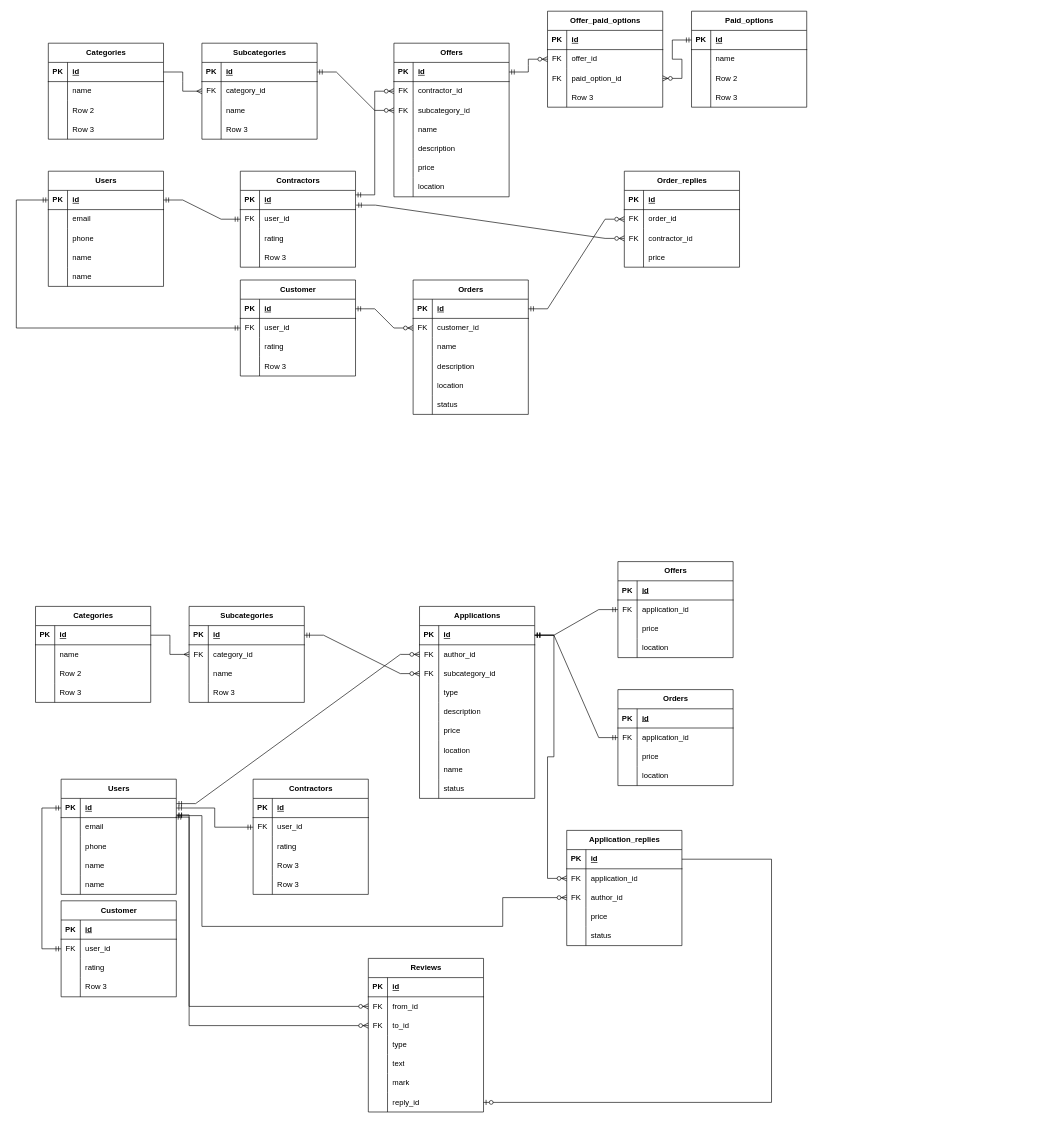
The draw.io diagram Untitled Diagram.drawio in ki1it/draw_io, before the edit. Source tidied: cells renumbered, new cells numbered last; positions are measured from the earlier drawing's top-left corner, leaving out a move shared by most shapes. Both pictures are drawn from the tidied source at 64%, with x=0, y=0 at pixel (16, 11).
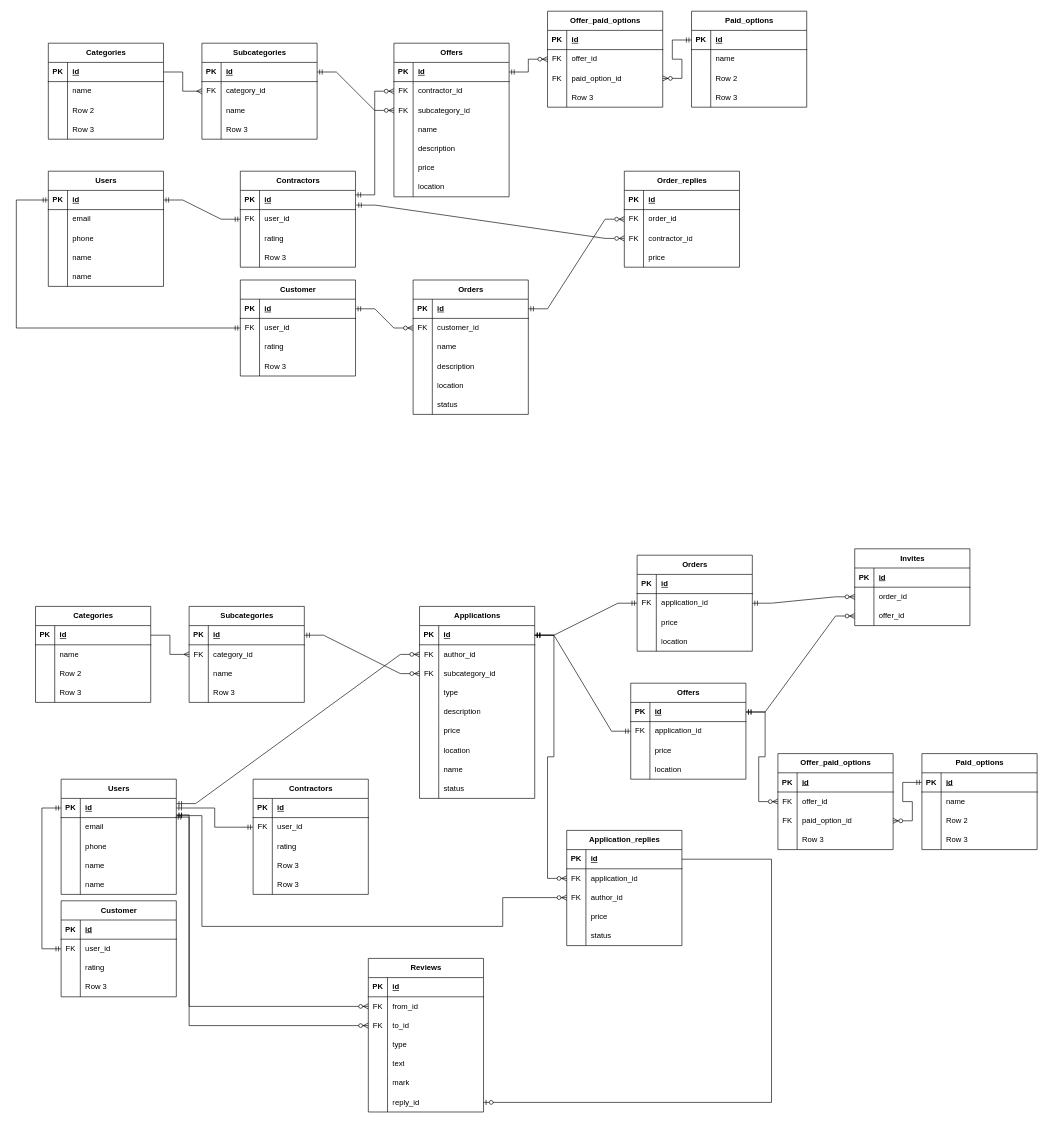
After the change.

Unchanged cells that the change refers to:
```xml
<mxCell id="264" style="shape=tableRow;horizontal=0;startSize=0;swimlaneHead=0;swimlaneBody=0;fillColor=none;points=[[0,0.5],[1,0.5]];portConstraint=eastwest;top=0;left=0;right=0;bottom=1;" parent="263" vertex="1">
  <mxGeometry y="30" width="180" height="30" as="geometry" />
</mxCell>
<mxCell id="281" style="shape=tableRow;horizontal=0;startSize=0;swimlaneHead=0;swimlaneBody=0;fillColor=none;points=[[0,0.5],[1,0.5]];portConstraint=eastwest;top=0;left=0;right=0;bottom=0;" parent="277" vertex="1">
  <mxGeometry y="60" width="180" height="30" as="geometry" />
</mxCell>
```

The edit, as a diff of the source:
```diff
@@
     <mxCell id="263" value="Offers" style="shape=table;startSize=30;childLayout=tableLayout;rowLines=0;fontStyle=1;align=center;html=1;" parent="1" vertex="1">
-      <mxGeometry x="940" y="860" width="180" height="150" as="geometry" />
+      <mxGeometry x="960" y="1050" width="180" height="150" as="geometry" />
     </mxCell>
@@
     <mxCell id="277" value="Orders" style="shape=table;startSize=30;childLayout=tableLayout;rowLines=0;fontStyle=1;align=center;html=1;" parent="1" vertex="1">
-      <mxGeometry x="940" y="1060" width="180" height="150" as="geometry" />
+      <mxGeometry x="970" y="850" width="180" height="150" as="geometry" />
     </mxCell>
@@
+    <mxCell id="335" value="Invites" style="shape=table;startSize=30;childLayout=tableLayout;rowLines=0;fontStyle=1;align=center;html=1;" parent="1" vertex="1">
+      <mxGeometry x="1310" y="840" width="180" height="120" as="geometry" />
+    </mxCell>
+    <mxCell id="336" style="shape=tableRow;horizontal=0;startSize=0;swimlaneHead=0;swimlaneBody=0;fillColor=none;top=0;left=0;right=0;bottom=1;" parent="335" vertex="1">
+      <mxGeometry y="30" width="180" height="30" as="geometry" />
+    </mxCell>
+    <mxCell id="337" value="PK" style="shape=partialRectangle;fillColor=none;top=0;left=0;bottom=0;right=0;fontStyle=1;overflow=hidden;whiteSpace=wrap;html=1;" parent="336" vertex="1">
+      <mxGeometry width="30" height="30" as="geometry" />
+    </mxCell>
+    <mxCell id="338" value="id" style="shape=partialRectangle;fillColor=none;top=0;left=0;bottom=0;right=0;align=left;spacingLeft=6;fontStyle=5;overflow=hidden;whiteSpace=wrap;html=1;" parent="336" vertex="1">
+      <mxGeometry x="30" width="150" height="30" as="geometry" />
+    </mxCell>
+    <mxCell id="339" style="shape=tableRow;horizontal=0;startSize=0;swimlaneHead=0;swimlaneBody=0;fillColor=none;points=[[0,0.5],[1,0.5]];portConstraint=eastwest;top=0;left=0;right=0;bottom=0;" parent="335" vertex="1">
+      <mxGeometry y="60" width="180" height="30" as="geometry" />
+    </mxCell>
+    <mxCell id="340" style="shape=partialRectangle;fillColor=none;top=0;left=0;bottom=0;right=0;overflow=hidden;whiteSpace=wrap;html=1;" parent="339" vertex="1">
+      <mxGeometry width="30" height="30" as="geometry" />
+    </mxCell>
+    <mxCell id="341" value="order_id" style="shape=partialRectangle;fillColor=none;top=0;left=0;bottom=0;right=0;align=left;spacingLeft=6;overflow=hidden;whiteSpace=wrap;html=1;" parent="339" vertex="1">
+      <mxGeometry x="30" width="150" height="30" as="geometry" />
+    </mxCell>
+    <mxCell id="342" style="shape=tableRow;horizontal=0;startSize=0;swimlaneHead=0;swimlaneBody=0;fillColor=none;points=[[0,0.5],[1,0.5]];portConstraint=eastwest;top=0;left=0;right=0;bottom=0;" parent="335" vertex="1">
+      <mxGeometry y="90" width="180" height="30" as="geometry" />
+    </mxCell>
+    <mxCell id="343" style="shape=partialRectangle;fillColor=none;top=0;left=0;bottom=0;right=0;overflow=hidden;whiteSpace=wrap;html=1;" parent="342" vertex="1">
+      <mxGeometry width="30" height="30" as="geometry" />
+    </mxCell>
+    <mxCell id="344" value="offer_id" style="shape=partialRectangle;fillColor=none;top=0;left=0;bottom=0;right=0;align=left;spacingLeft=6;overflow=hidden;whiteSpace=wrap;html=1;" parent="342" vertex="1">
+      <mxGeometry x="30" width="150" height="30" as="geometry" />
+    </mxCell>
+    <mxCell id="345" style="edgeStyle=entityRelationEdgeStyle;fontSize=12;html=1;endArrow=ERzeroToMany;startArrow=ERmandOne;rounded=0;exitX=1;exitY=0.5;exitDx=0;exitDy=0;entryX=0;entryY=0.5;entryDx=0;entryDy=0;" parent="1" edge="1" source="264" target="342">
+      <mxGeometry relative="1" as="geometry" />
+    </mxCell>
+    <mxCell id="346" style="edgeStyle=entityRelationEdgeStyle;fontSize=12;html=1;endArrow=ERzeroToMany;startArrow=ERmandOne;rounded=0;exitX=1;exitY=0.5;exitDx=0;exitDy=0;entryX=0;entryY=0.5;entryDx=0;entryDy=0;" parent="1" edge="1" source="281" target="339">
+      <mxGeometry relative="1" as="geometry" />
+    </mxCell>
+    <mxCell id="347" value="Paid_options" style="shape=table;startSize=30;childLayout=tableLayout;rowLines=0;fontStyle=1;align=center;html=1;" parent="1" vertex="1">
+      <mxGeometry x="1415" y="1160" width="180" height="150" as="geometry" />
+    </mxCell>
+    <mxCell id="348" style="shape=tableRow;horizontal=0;startSize=0;swimlaneHead=0;swimlaneBody=0;fillColor=none;points=[[0,0.5],[1,0.5]];portConstraint=eastwest;top=0;left=0;right=0;bottom=1;" parent="347" vertex="1">
+      <mxGeometry y="30" width="180" height="30" as="geometry" />
+    </mxCell>
+    <mxCell id="349" value="PK" style="shape=partialRectangle;fillColor=none;top=0;left=0;bottom=0;right=0;fontStyle=1;overflow=hidden;whiteSpace=wrap;html=1;" parent="348" vertex="1">
+      <mxGeometry width="30" height="30" as="geometry" />
+    </mxCell>
+    <mxCell id="350" value="id" style="shape=partialRectangle;fillColor=none;top=0;left=0;bottom=0;right=0;align=left;spacingLeft=6;fontStyle=5;overflow=hidden;whiteSpace=wrap;html=1;" parent="348" vertex="1">
+      <mxGeometry x="30" width="150" height="30" as="geometry" />
+    </mxCell>
+    <mxCell id="351" style="shape=tableRow;horizontal=0;startSize=0;swimlaneHead=0;swimlaneBody=0;fillColor=none;top=0;left=0;right=0;bottom=0;" parent="347" vertex="1">
+      <mxGeometry y="60" width="180" height="30" as="geometry" />
+    </mxCell>
+    <mxCell id="352" style="shape=partialRectangle;fillColor=none;top=0;left=0;bottom=0;right=0;overflow=hidden;whiteSpace=wrap;html=1;" parent="351" vertex="1">
+      <mxGeometry width="30" height="30" as="geometry" />
+    </mxCell>
+    <mxCell id="353" value="name" style="shape=partialRectangle;fillColor=none;top=0;left=0;bottom=0;right=0;align=left;spacingLeft=6;overflow=hidden;whiteSpace=wrap;html=1;" parent="351" vertex="1">
+      <mxGeometry x="30" width="150" height="30" as="geometry" />
+    </mxCell>
+    <mxCell id="354" style="shape=tableRow;horizontal=0;startSize=0;swimlaneHead=0;swimlaneBody=0;fillColor=none;top=0;left=0;right=0;bottom=0;" parent="347" vertex="1">
+      <mxGeometry y="90" width="180" height="30" as="geometry" />
+    </mxCell>
+    <mxCell id="355" style="shape=partialRectangle;fillColor=none;top=0;left=0;bottom=0;right=0;overflow=hidden;whiteSpace=wrap;html=1;" parent="354" vertex="1">
+      <mxGeometry width="30" height="30" as="geometry" />
+    </mxCell>
+    <mxCell id="356" value="Row 2" style="shape=partialRectangle;fillColor=none;top=0;left=0;bottom=0;right=0;align=left;spacingLeft=6;overflow=hidden;whiteSpace=wrap;html=1;" parent="354" vertex="1">
+      <mxGeometry x="30" width="150" height="30" as="geometry" />
+    </mxCell>
+    <mxCell id="357" style="shape=tableRow;horizontal=0;startSize=0;swimlaneHead=0;swimlaneBody=0;fillColor=none;top=0;left=0;right=0;bottom=0;" parent="347" vertex="1">
+      <mxGeometry y="120" width="180" height="30" as="geometry" />
+    </mxCell>
+    <mxCell id="358" style="shape=partialRectangle;fillColor=none;top=0;left=0;bottom=0;right=0;overflow=hidden;whiteSpace=wrap;html=1;" parent="357" vertex="1">
+      <mxGeometry width="30" height="30" as="geometry" />
+    </mxCell>
+    <mxCell id="359" value="Row 3" style="shape=partialRectangle;fillColor=none;top=0;left=0;bottom=0;right=0;align=left;spacingLeft=6;overflow=hidden;whiteSpace=wrap;html=1;" parent="357" vertex="1">
+      <mxGeometry x="30" width="150" height="30" as="geometry" />
+    </mxCell>
+    <mxCell id="360" value="Offer_paid_options" style="shape=table;startSize=30;childLayout=tableLayout;rowLines=0;fontStyle=1;align=center;html=1;" parent="1" vertex="1">
+      <mxGeometry x="1190" y="1160" width="180" height="150" as="geometry" />
+    </mxCell>
+    <mxCell id="361" style="shape=tableRow;horizontal=0;startSize=0;swimlaneHead=0;swimlaneBody=0;fillColor=none;top=0;left=0;right=0;bottom=1;" parent="360" vertex="1">
+      <mxGeometry y="30" width="180" height="30" as="geometry" />
+    </mxCell>
+    <mxCell id="362" value="PK" style="shape=partialRectangle;fillColor=none;top=0;left=0;bottom=0;right=0;fontStyle=1;overflow=hidden;whiteSpace=wrap;html=1;" parent="361" vertex="1">
+      <mxGeometry width="30" height="30" as="geometry" />
+    </mxCell>
+    <mxCell id="363" value="id" style="shape=partialRectangle;fillColor=none;top=0;left=0;bottom=0;right=0;align=left;spacingLeft=6;fontStyle=5;overflow=hidden;whiteSpace=wrap;html=1;" parent="361" vertex="1">
+      <mxGeometry x="30" width="150" height="30" as="geometry" />
+    </mxCell>
+    <mxCell id="364" style="shape=tableRow;horizontal=0;startSize=0;swimlaneHead=0;swimlaneBody=0;fillColor=none;points=[[0,0.5],[1,0.5]];portConstraint=eastwest;top=0;left=0;right=0;bottom=0;" parent="360" vertex="1">
+      <mxGeometry y="60" width="180" height="30" as="geometry" />
+    </mxCell>
+    <mxCell id="365" value="FK" style="shape=partialRectangle;fillColor=none;top=0;left=0;bottom=0;right=0;overflow=hidden;whiteSpace=wrap;html=1;" parent="364" vertex="1">
+      <mxGeometry width="30" height="30" as="geometry" />
+    </mxCell>
+    <mxCell id="366" value="offer_id" style="shape=partialRectangle;fillColor=none;top=0;left=0;bottom=0;right=0;align=left;spacingLeft=6;overflow=hidden;whiteSpace=wrap;html=1;" parent="364" vertex="1">
+      <mxGeometry x="30" width="150" height="30" as="geometry" />
+    </mxCell>
+    <mxCell id="367" style="shape=tableRow;horizontal=0;startSize=0;swimlaneHead=0;swimlaneBody=0;fillColor=none;points=[[0,0.5],[1,0.5]];portConstraint=eastwest;top=0;left=0;right=0;bottom=0;" parent="360" vertex="1">
+      <mxGeometry y="90" width="180" height="30" as="geometry" />
+    </mxCell>
+    <mxCell id="368" value="FK" style="shape=partialRectangle;fillColor=none;top=0;left=0;bottom=0;right=0;overflow=hidden;whiteSpace=wrap;html=1;" parent="367" vertex="1">
+      <mxGeometry width="30" height="30" as="geometry" />
+    </mxCell>
+    <mxCell id="369" value="paid_option_id" style="shape=partialRectangle;fillColor=none;top=0;left=0;bottom=0;right=0;align=left;spacingLeft=6;overflow=hidden;whiteSpace=wrap;html=1;" parent="367" vertex="1">
+      <mxGeometry x="30" width="150" height="30" as="geometry" />
+    </mxCell>
+    <mxCell id="370" style="shape=tableRow;horizontal=0;startSize=0;swimlaneHead=0;swimlaneBody=0;fillColor=none;top=0;left=0;right=0;bottom=0;" parent="360" vertex="1">
+      <mxGeometry y="120" width="180" height="30" as="geometry" />
+    </mxCell>
+    <mxCell id="371" style="shape=partialRectangle;fillColor=none;top=0;left=0;bottom=0;right=0;overflow=hidden;whiteSpace=wrap;html=1;" parent="370" vertex="1">
+      <mxGeometry width="30" height="30" as="geometry" />
+    </mxCell>
+    <mxCell id="372" value="Row 3" style="shape=partialRectangle;fillColor=none;top=0;left=0;bottom=0;right=0;align=left;spacingLeft=6;overflow=hidden;whiteSpace=wrap;html=1;" parent="370" vertex="1">
+      <mxGeometry x="30" width="150" height="30" as="geometry" />
+    </mxCell>
+    <mxCell id="373" style="edgeStyle=entityRelationEdgeStyle;fontSize=12;html=1;endArrow=ERzeroToMany;startArrow=ERmandOne;rounded=0;exitX=0;exitY=0.5;exitDx=0;exitDy=0;entryX=1;entryY=0.5;entryDx=0;entryDy=0;" parent="1" edge="1" source="348" target="367">
+      <mxGeometry relative="1" as="geometry" />
+    </mxCell>
+    <mxCell id="374" style="edgeStyle=entityRelationEdgeStyle;fontSize=12;html=1;endArrow=ERzeroToMany;startArrow=ERmandOne;rounded=0;exitX=1;exitY=0.5;exitDx=0;exitDy=0;entryX=0;entryY=0.5;entryDx=0;entryDy=0;" parent="1" edge="1" source="264" target="364">
+      <mxGeometry relative="1" as="geometry" />
+    </mxCell>
```
